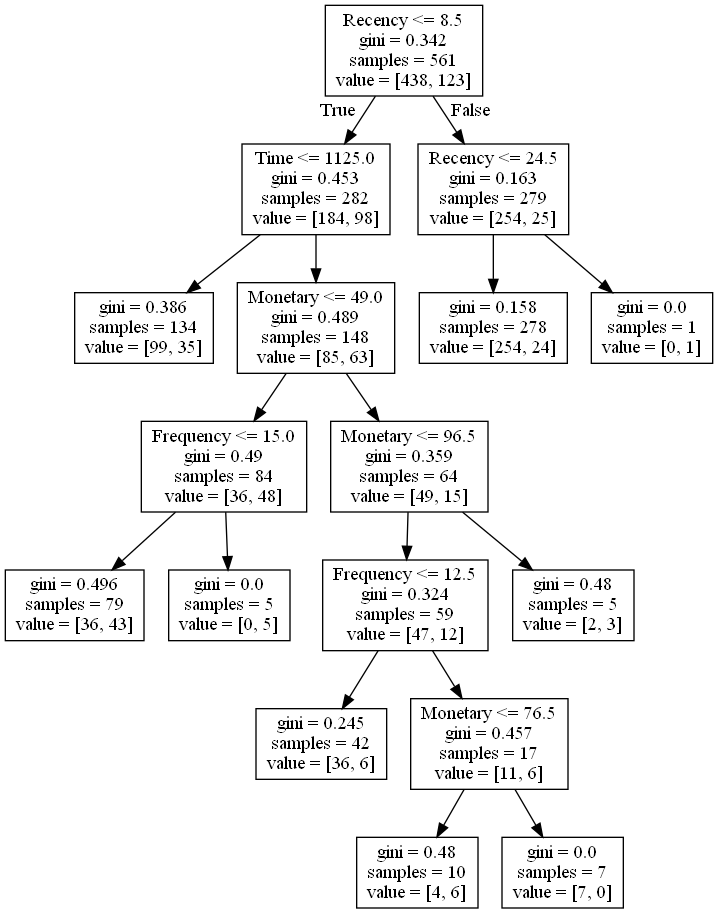
Above: tree.png in PurushottamPadhya/Datascience_Assignment_Blood_Transfusion (Graphviz), before the change. Its source is kept beside it as tree.dot.
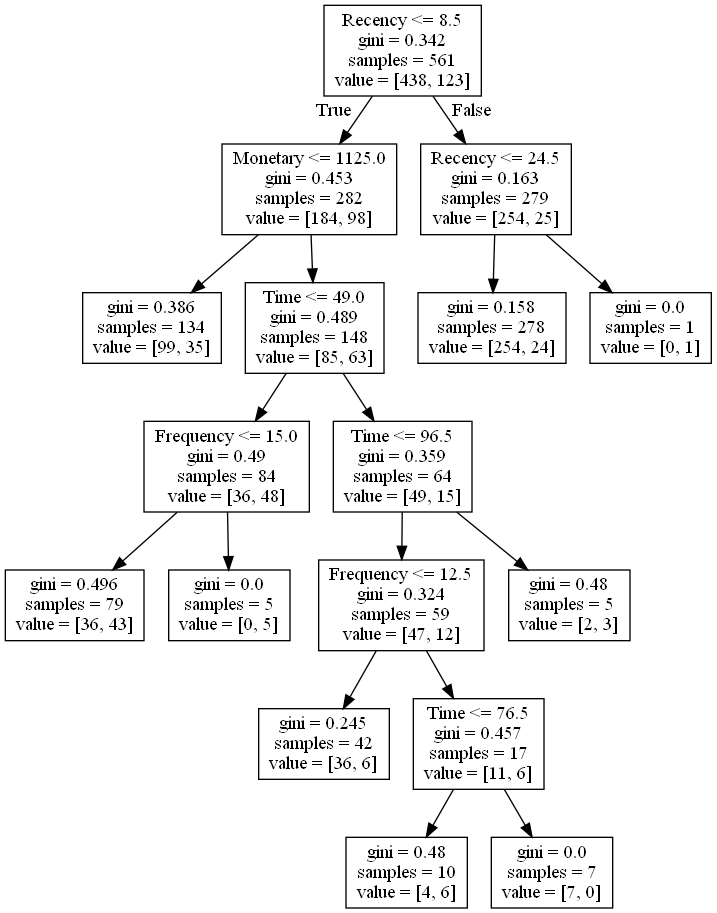
After the change.

Diff of the diagram source:
```diff
@@ -1,11 +1,11 @@
 digraph Tree {
 node [shape=box] ;
 0 [label="Recency <= 8.5\ngini = 0.342\nsamples = 561\nvalue = [438, 123]"] ;
-1 [label="Time <= 1125.0\ngini = 0.453\nsamples = 282\nvalue = [184, 98]"] ;
+1 [label="Monetary <= 1125.0\ngini = 0.453\nsamples = 282\nvalue = [184, 98]"] ;
 0 -> 1 [labeldistance=2.5, labelangle=45, headlabel="True"] ;
 2 [label="gini = 0.386\nsamples = 134\nvalue = [99, 35]"] ;
 1 -> 2 ;
-3 [label="Monetary <= 49.0\ngini = 0.489\nsamples = 148\nvalue = [85, 63]"] ;
+3 [label="Time <= 49.0\ngini = 0.489\nsamples = 148\nvalue = [85, 63]"] ;
 1 -> 3 ;
 4 [label="Frequency <= 15.0\ngini = 0.49\nsamples = 84\nvalue = [36, 48]"] ;
 3 -> 4 ;
@@ -13,13 +13,13 @@
 4 -> 5 ;
 6 [label="gini = 0.0\nsamples = 5\nvalue = [0, 5]"] ;
 4 -> 6 ;
-7 [label="Monetary <= 96.5\ngini = 0.359\nsamples = 64\nvalue = [49, 15]"] ;
+7 [label="Time <= 96.5\ngini = 0.359\nsamples = 64\nvalue = [49, 15]"] ;
 3 -> 7 ;
 8 [label="Frequency <= 12.5\ngini = 0.324\nsamples = 59\nvalue = [47, 12]"] ;
 7 -> 8 ;
 9 [label="gini = 0.245\nsamples = 42\nvalue = [36, 6]"] ;
 8 -> 9 ;
-10 [label="Monetary <= 76.5\ngini = 0.457\nsamples = 17\nvalue = [11, 6]"] ;
+10 [label="Time <= 76.5\ngini = 0.457\nsamples = 17\nvalue = [11, 6]"] ;
 8 -> 10 ;
 11 [label="gini = 0.48\nsamples = 10\nvalue = [4, 6]"] ;
 10 -> 11 ;
```
